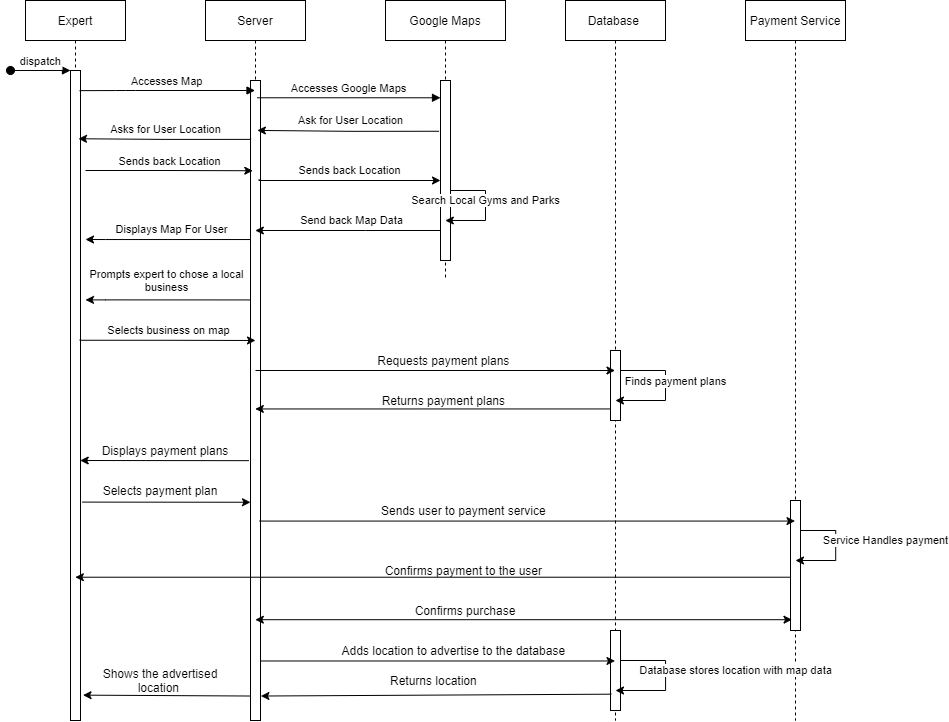
Hanandrof/Group-3-Repository keeps this draw.io diagram as Deliverables/Week_3/Use_Case/Experts/Sequence Diagrams/Map Post.png. Above is the earlier version. Source tidied: cells renumbered, new cells last; positions are measured from the earlier drawing's top-left corner, leaving out a move shared by most shapes.
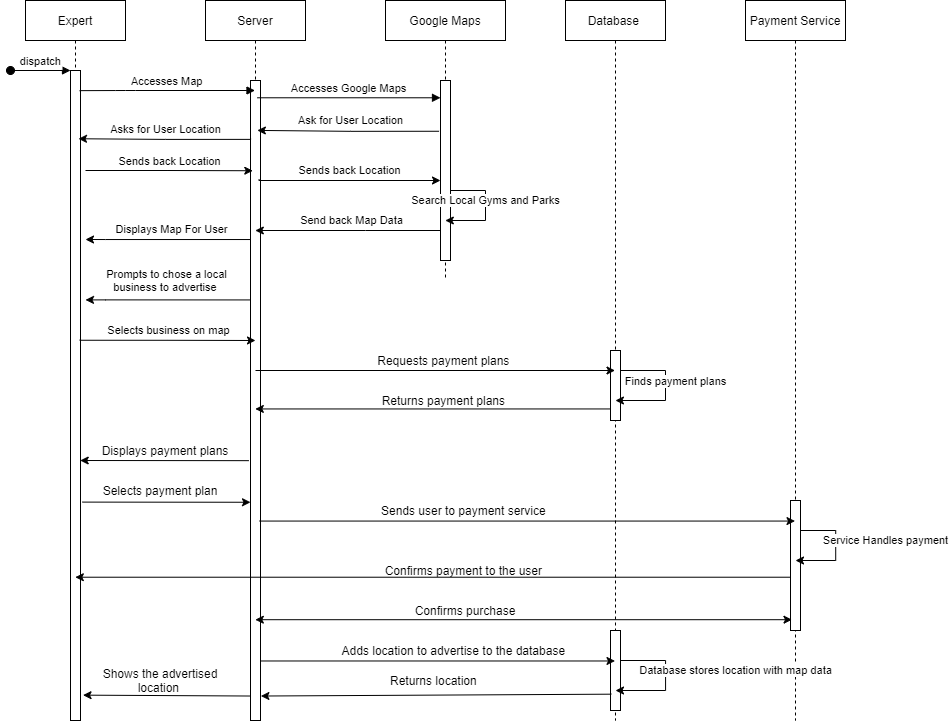
The same file after the commit.

The edit, as a diff of the source:
```diff
@@ -141,7 +141,7 @@
         </Array>
       </mxGeometry>
     </mxCell>
-    <mxCell id="32" value="Prompts expert to chose a local&lt;br&gt;business" style="edgeLabel;html=1;align=center;verticalAlign=middle;" parent="31" vertex="1">
+    <mxCell id="32" value="Prompts to chose a local&lt;br&gt;business to advertise&amp;nbsp;" style="edgeLabel;html=1;align=center;verticalAlign=middle;" parent="31" vertex="1">
       <mxGeometry x="0.11" y="1" relative="1" as="geometry">
         <mxPoint x="6.4" y="-21" as="offset" />
       </mxGeometry>
```
